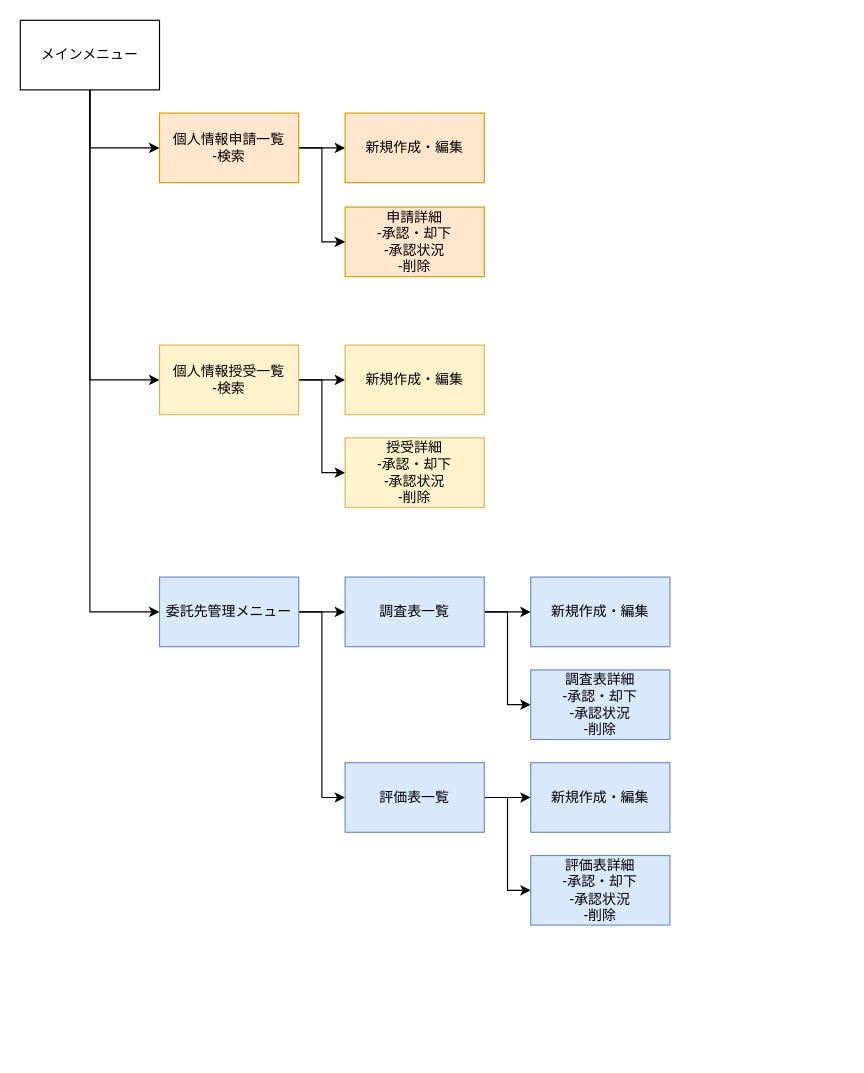
Earlier version of the draw.io diagram Untitled Diagram.drawio (ikunaga/ruby_test). Source tidied: cells renumbered, new cells numbered last; positions are measured from the earlier drawing's top-left corner, leaving out a move shared by most shapes. Both pictures are drawn from the tidied source at 116%, with x=0, y=0 at pixel (20, 20).
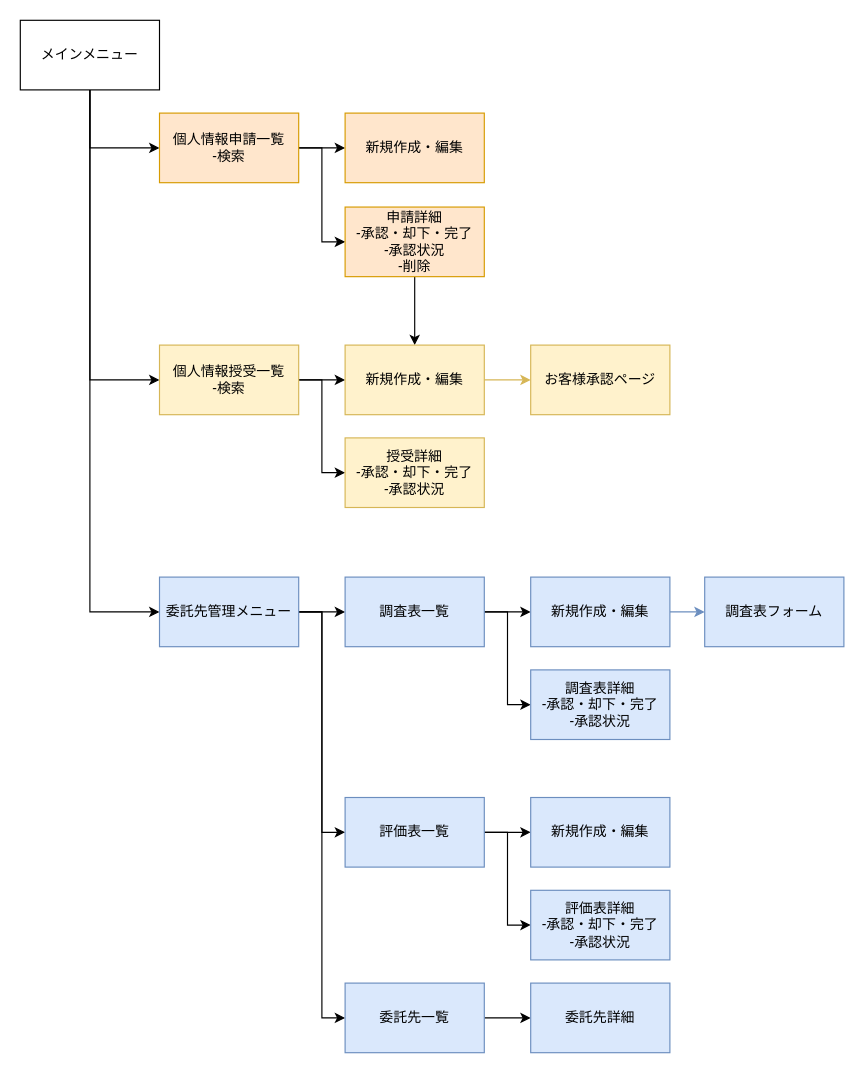
The same diagram, later.

Unchanged cells that the change refers to:
```xml
<mxCell id="14" value="委託先管理メニュー" style="rounded=0;whiteSpace=wrap;html=1;fillColor=#dae8fc;strokeColor=#6c8ebf;" parent="1" vertex="1">
  <mxGeometry x="120" y="480" width="120" height="60" as="geometry" />
</mxCell>
<mxCell id="17" value="新規作成・編集" style="rounded=0;whiteSpace=wrap;html=1;fillColor=#fff2cc;strokeColor=#d6b656;" parent="1" vertex="1">
  <mxGeometry x="280" y="280" width="120" height="60" as="geometry" />
</mxCell>
<mxCell id="25" value="新規作成・編集" style="rounded=0;whiteSpace=wrap;html=1;fillColor=#dae8fc;strokeColor=#6c8ebf;" parent="1" vertex="1">
  <mxGeometry x="440" y="480" width="120" height="60" as="geometry" />
</mxCell>
```

Change to the diagram source:
```diff
@@
+    <mxCell id="29" style="edgeStyle=orthogonalEdgeStyle;rounded=0;jettySize=auto;html=1;entryX=0;entryY=0.5;entryDx=0;entryDy=0;" parent="1" edge="1" source="14" target="36">
+      <mxGeometry relative="1" as="geometry" />
+    </mxCell>
@@
+    <mxCell id="30" style="edgeStyle=orthogonalEdgeStyle;rounded=0;jettySize=auto;html=1;entryX=0.5;entryY=0;entryDx=0;entryDy=0;" parent="1" edge="1" source="16" target="17">
+      <mxGeometry relative="1" as="geometry" />
+    </mxCell>
-    <mxCell id="16" value="申請詳細&lt;br&gt;-承認・却下&lt;br&gt;-承認状況&lt;br&gt;-削除" style="rounded=0;whiteSpace=wrap;html=1;fillColor=#ffe6cc;strokeColor=#d79b00;" parent="1" vertex="1">
+    <mxCell id="16" value="申請詳細&lt;br&gt;-承認・却下・完了&lt;br&gt;-承認状況&lt;br&gt;-削除" style="rounded=0;whiteSpace=wrap;html=1;fillColor=#ffe6cc;strokeColor=#d79b00;" parent="1" vertex="1">
       <mxGeometry x="280" y="161" width="120" height="60" as="geometry" />
     </mxCell>
+    <mxCell id="31" style="edgeStyle=orthogonalEdgeStyle;rounded=0;jettySize=auto;html=1;fillColor=#fff2cc;strokeColor=#d6b656;" parent="1" edge="1" source="17" target="34">
+      <mxGeometry relative="1" as="geometry" />
+    </mxCell>
@@
-    <mxCell id="18" value="授受詳細&lt;br&gt;-承認・却下&lt;br&gt;-承認状況&lt;br&gt;-削除" style="rounded=0;whiteSpace=wrap;html=1;fillColor=#fff2cc;strokeColor=#d6b656;" parent="1" vertex="1">
+    <mxCell id="18" value="授受詳細&lt;br&gt;-承認・却下・完了&lt;br&gt;-承認状況" style="rounded=0;whiteSpace=wrap;html=1;fillColor=#fff2cc;strokeColor=#d6b656;" parent="1" vertex="1">
       <mxGeometry x="280" y="360" width="120" height="60" as="geometry" />
     </mxCell>
@@
     <mxCell id="24" value="評価表一覧" style="rounded=0;whiteSpace=wrap;html=1;fillColor=#dae8fc;strokeColor=#6c8ebf;" parent="1" vertex="1">
-      <mxGeometry x="280" y="640" width="120" height="60" as="geometry" />
+      <mxGeometry x="280" y="670" width="120" height="60" as="geometry" />
     </mxCell>
+    <mxCell id="32" style="edgeStyle=orthogonalEdgeStyle;rounded=0;jettySize=auto;html=1;fillColor=#dae8fc;strokeColor=#6c8ebf;" parent="1" edge="1" source="25" target="33">
+      <mxGeometry relative="1" as="geometry" />
+    </mxCell>
@@
-    <mxCell id="26" value="調査表詳細&lt;br&gt;-承認・却下&lt;br&gt;-承認状況&lt;br&gt;-削除" style="rounded=0;whiteSpace=wrap;html=1;fillColor=#dae8fc;strokeColor=#6c8ebf;" parent="1" vertex="1">
+    <mxCell id="26" value="調査表詳細&lt;br&gt;-承認・却下・完了&lt;br&gt;-承認状況" style="rounded=0;whiteSpace=wrap;html=1;fillColor=#dae8fc;strokeColor=#6c8ebf;" parent="1" vertex="1">
       <mxGeometry x="440" y="560" width="120" height="60" as="geometry" />
     </mxCell>
     <mxCell id="27" value="新規作成・編集" style="rounded=0;whiteSpace=wrap;html=1;fillColor=#dae8fc;strokeColor=#6c8ebf;" parent="1" vertex="1">
-      <mxGeometry x="440" y="640" width="120" height="60" as="geometry" />
+      <mxGeometry x="440" y="670" width="120" height="60" as="geometry" />
     </mxCell>
-    <mxCell id="28" value="評価表詳細&lt;br&gt;-承認・却下&lt;br&gt;-承認状況&lt;br&gt;-削除" style="rounded=0;whiteSpace=wrap;html=1;fillColor=#dae8fc;strokeColor=#6c8ebf;" parent="1" vertex="1">
-      <mxGeometry x="440" y="720" width="120" height="60" as="geometry" />
+    <mxCell id="28" value="評価表詳細&lt;br&gt;-承認・却下・完了&lt;br&gt;-承認状況" style="rounded=0;whiteSpace=wrap;html=1;fillColor=#dae8fc;strokeColor=#6c8ebf;" parent="1" vertex="1">
+      <mxGeometry x="440" y="750" width="120" height="60" as="geometry" />
     </mxCell>
+    <mxCell id="33" value="調査表フォーム" style="rounded=0;whiteSpace=wrap;html=1;fillColor=#dae8fc;strokeColor=#6c8ebf;" parent="1" vertex="1">
+      <mxGeometry x="590" y="480" width="120" height="60" as="geometry" />
+    </mxCell>
+    <mxCell id="34" value="お客様承認ページ" style="rounded=0;whiteSpace=wrap;html=1;fillColor=#fff2cc;strokeColor=#d6b656;" parent="1" vertex="1">
+      <mxGeometry x="440" y="280" width="120" height="60" as="geometry" />
+    </mxCell>
+    <mxCell id="35" style="edgeStyle=orthogonalEdgeStyle;rounded=0;jettySize=auto;html=1;entryX=0;entryY=0.5;entryDx=0;entryDy=0;" parent="1" edge="1" source="36" target="37">
+      <mxGeometry relative="1" as="geometry" />
+    </mxCell>
+    <mxCell id="36" value="委託先一覧" style="rounded=0;whiteSpace=wrap;html=1;fillColor=#dae8fc;strokeColor=#6c8ebf;" parent="1" vertex="1">
+      <mxGeometry x="280" y="830" width="120" height="60" as="geometry" />
+    </mxCell>
+    <mxCell id="37" value="委託先詳細" style="rounded=0;whiteSpace=wrap;html=1;fillColor=#dae8fc;strokeColor=#6c8ebf;" parent="1" vertex="1">
+      <mxGeometry x="440" y="830" width="120" height="60" as="geometry" />
+    </mxCell>
```
